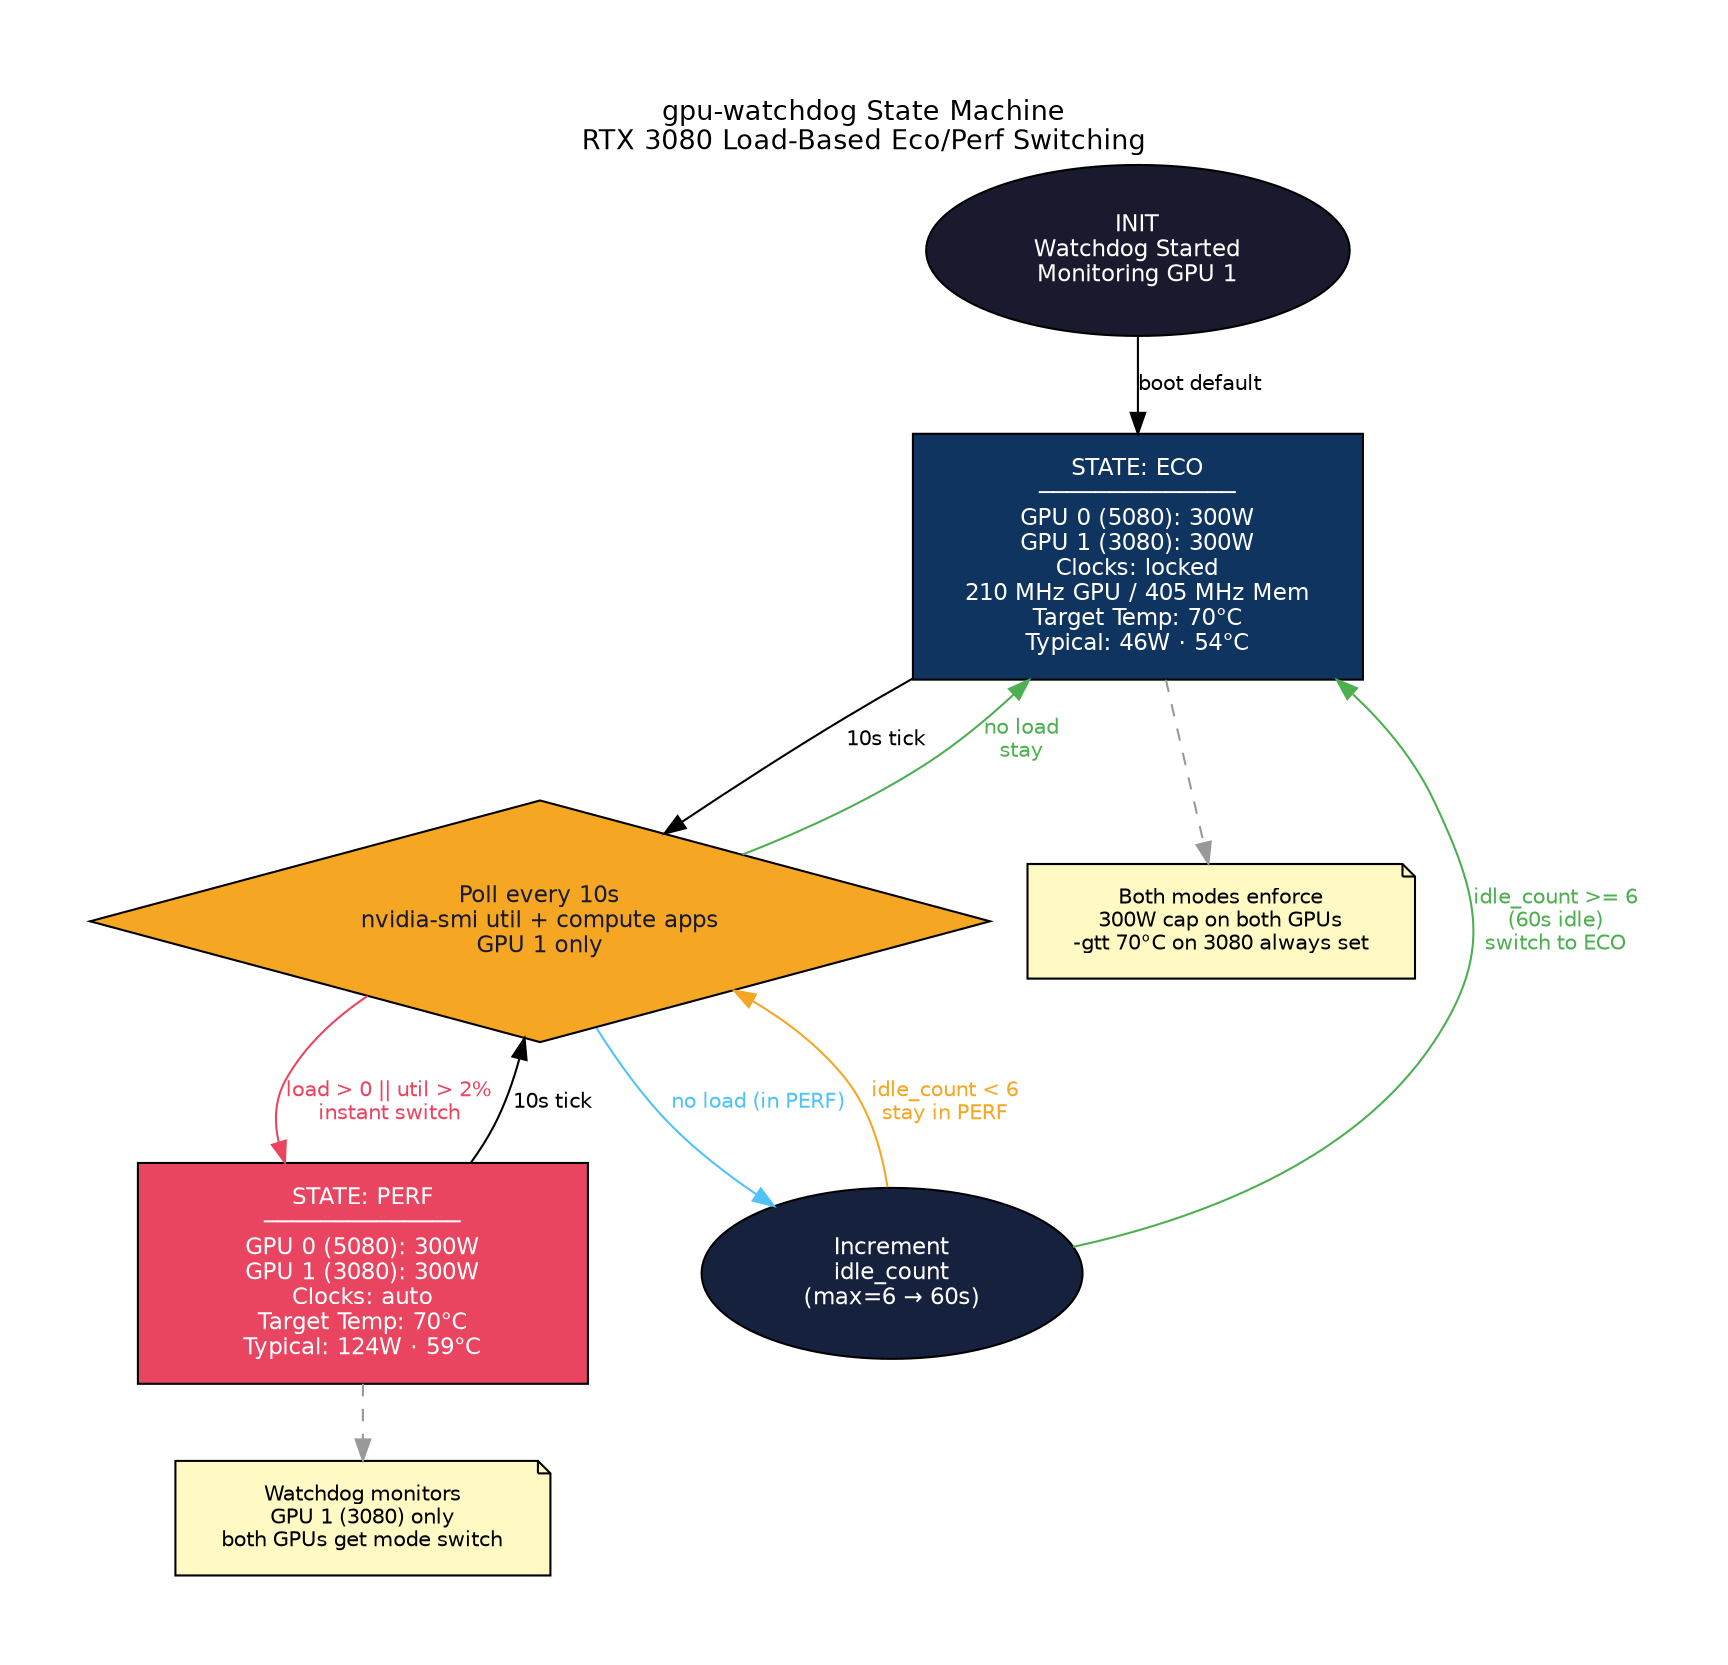
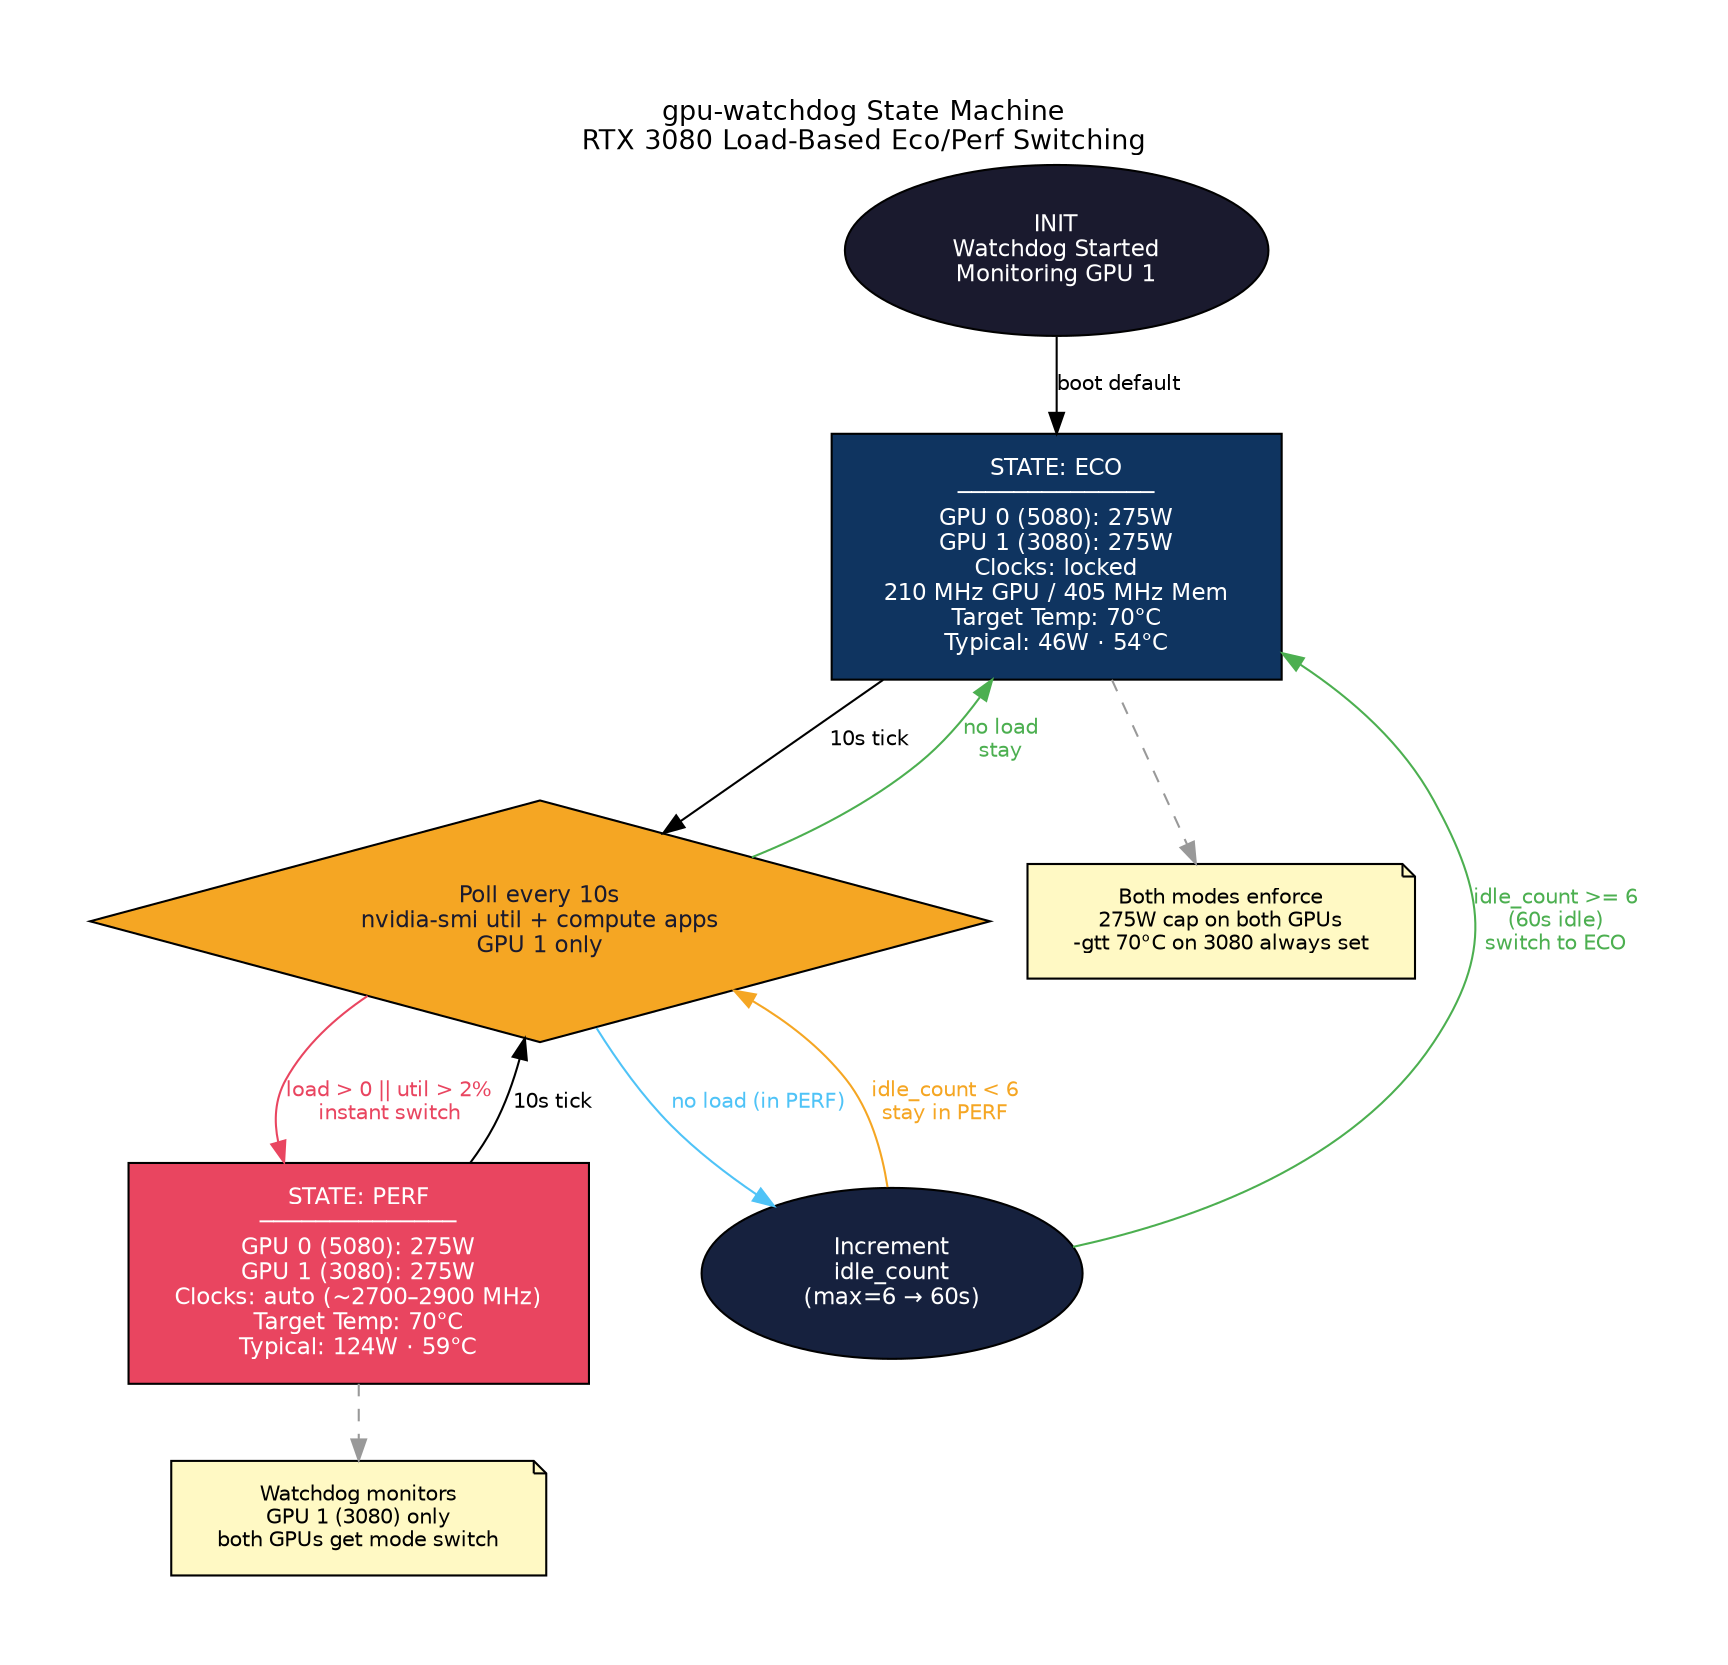
digraph WatchdogStateMachine {
    rankdir=TB;
    graph [fontname="Helvetica", fontsize=13, label="gpu-watchdog State Machine\nRTX 3080 Load-Based Eco/Perf Switching", labelloc=t, pad=0.6];
    node  [fontname="Helvetica", fontsize=11, style=filled, shape=box, margin="0.3,0.15"];
    edge  [fontname="Helvetica", fontsize=10];

    // States
    INIT  [label="INIT\nWatchdog Started\nMonitoring GPU 1", shape=oval, fillcolor="#1a1a2e", fontcolor=white];

-     ECO   [label="STATE: ECO\n──────────────\nGPU 0 (5080): 300W\nGPU 1 (3080): 300W\nClocks: locked\n210 MHz GPU / 405 MHz Mem\nTarget Temp: 70°C\nTypical: 46W · 54°C", shape=box, fillcolor="#0f3460", fontcolor=white, width=3];
+     ECO   [label="STATE: ECO\n──────────────\nGPU 0 (5080): 275W\nGPU 1 (3080): 275W\nClocks: locked\n210 MHz GPU / 405 MHz Mem\nTarget Temp: 70°C\nTypical: 46W · 54°C", shape=box, fillcolor="#0f3460", fontcolor=white, width=3];

-     PERF  [label="STATE: PERF\n──────────────\nGPU 0 (5080): 300W\nGPU 1 (3080): 300W\nClocks: auto\nTarget Temp: 70°C\nTypical: 124W · 59°C", shape=box, fillcolor="#e94560", fontcolor=white, width=3];
+     PERF  [label="STATE: PERF\n──────────────\nGPU 0 (5080): 275W\nGPU 1 (3080): 275W\nClocks: auto (~2700–2900 MHz)\nTarget Temp: 70°C\nTypical: 124W · 59°C", shape=box, fillcolor="#e94560", fontcolor=white, width=3];

    // Poll node
    POLL  [label="Poll every 10s\nnvidia-smi util + compute apps\nGPU 1 only", shape=diamond, fillcolor="#f5a623", fontcolor="#1a1a2e", width=2.5];

    // Idle counter
    IDLE  [label="Increment\nidle_count\n(max=6 → 60s)", shape=ellipse, fillcolor="#16213e", fontcolor=white];

    // Transitions
    INIT -> ECO [label="boot default"];

    ECO  -> POLL [label="10s tick"];
    POLL -> PERF [label="load > 0 || util > 2%\ninstant switch", color="#e94560", fontcolor="#e94560"];
    POLL -> ECO  [label="no load\nstay", color="#4caf50", fontcolor="#4caf50"];

    PERF -> POLL [label="10s tick"];
    POLL -> IDLE [label="no load (in PERF)", color="#4fc3f7", fontcolor="#4fc3f7"];
    IDLE -> POLL [label="idle_count < 6\nstay in PERF", color="#f5a623", fontcolor="#f5a623"];
    IDLE -> ECO  [label="idle_count >= 6\n(60s idle)\nswitch to ECO", color="#4caf50", fontcolor="#4caf50"];

    // Annotations
-     NOTE1 [label="Both modes enforce\n300W cap on both GPUs\n-gtt 70°C on 3080 always set", shape=note, fillcolor="#fff9c4", fontsize=10];
+     NOTE1 [label="Both modes enforce\n275W cap on both GPUs\n-gtt 70°C on 3080 always set", shape=note, fillcolor="#fff9c4", fontsize=10];
    NOTE2 [label="Watchdog monitors\nGPU 1 (3080) only\nboth GPUs get mode switch", shape=note, fillcolor="#fff9c4", fontsize=10];

    ECO  -> NOTE1 [style=dashed, color="#999999"];
    PERF -> NOTE2 [style=dashed, color="#999999"];
}
